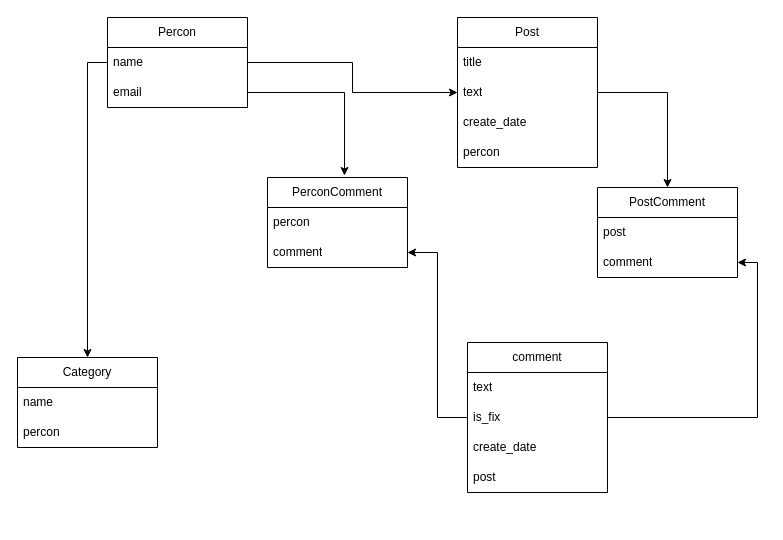
Scykorr/mmorpg_site keeps this draw.io diagram as mmo_rpg_site.drawio. Above is the earlier version. Source tidied: cells renumbered, new cells numbered last; positions are measured from the earlier drawing's top-left corner, leaving out a move shared by most shapes. Both pictures are drawn from the tidied source at 100%, with x=0, y=0 at pixel (17, 17).
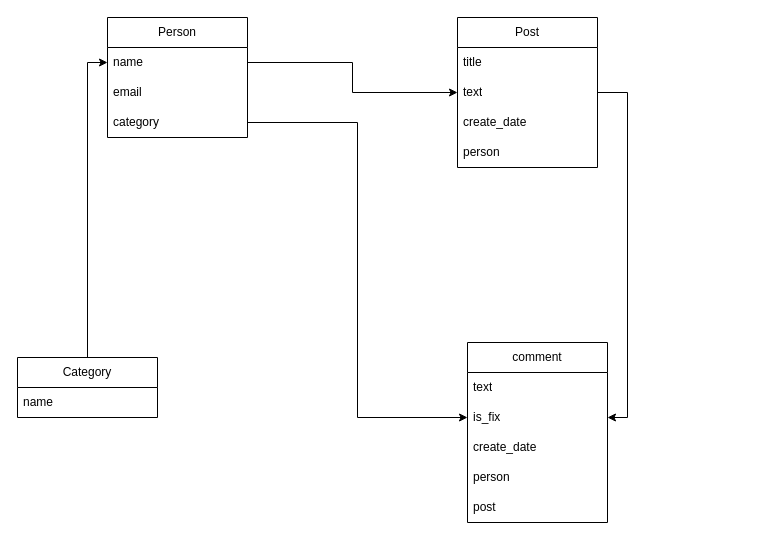
After the change.

The change refers to these unchanged cells:
```xml
<mxCell id="3" value="name" style="text;strokeColor=none;fillColor=none;align=left;verticalAlign=middle;spacingLeft=4;spacingRight=4;overflow=hidden;points=[[0,0.5],[1,0.5]];portConstraint=eastwest;whiteSpace=wrap;html=1;" parent="2" vertex="1">
  <mxGeometry y="30" width="140" height="30" as="geometry" />
</mxCell>
<mxCell id="4" value="email" style="text;strokeColor=none;fillColor=none;align=left;verticalAlign=middle;spacingLeft=4;spacingRight=4;overflow=hidden;points=[[0,0.5],[1,0.5]];portConstraint=eastwest;whiteSpace=wrap;html=1;" parent="2" vertex="1">
  <mxGeometry y="60" width="140" height="30" as="geometry" />
</mxCell>
<mxCell id="5" value="Post" style="swimlane;fontStyle=0;horizontal=1;startSize=30;whiteSpace=wrap;html=1;" parent="1" vertex="1">
  <mxGeometry x="440" width="140" height="150" as="geometry" />
</mxCell>
<mxCell id="7" value="text" style="text;strokeColor=none;fillColor=none;align=left;verticalAlign=middle;spacingLeft=4;spacingRight=4;overflow=hidden;points=[[0,0.5],[1,0.5]];portConstraint=eastwest;whiteSpace=wrap;html=1;" parent="5" vertex="1">
  <mxGeometry y="60" width="140" height="30" as="geometry" />
</mxCell>
<mxCell id="12" value="is_fix" style="text;strokeColor=none;fillColor=none;align=left;verticalAlign=middle;spacingLeft=4;spacingRight=4;overflow=hidden;points=[[0,0.5],[1,0.5]];portConstraint=eastwest;whiteSpace=wrap;html=1;" parent="10" vertex="1">
  <mxGeometry y="60" width="140" height="30" as="geometry" />
</mxCell>
```

Diff of the diagram source:
```diff
@@
-    <mxCell id="2" value="Percon" style="swimlane;fontStyle=0;horizontal=1;startSize=30;whiteSpace=wrap;html=1;" parent="1" vertex="1">
-      <mxGeometry x="90" width="140" height="90" as="geometry" />
+    <mxCell id="2" value="Person" style="swimlane;fontStyle=0;horizontal=1;startSize=30;whiteSpace=wrap;html=1;" parent="1" vertex="1">
+      <mxGeometry x="90" width="140" height="120" as="geometry" />
     </mxCell>
@@
+    <mxCell id="30" value="category" style="text;strokeColor=none;fillColor=none;align=left;verticalAlign=middle;spacingLeft=4;spacingRight=4;overflow=hidden;points=[[0,0.5],[1,0.5]];portConstraint=eastwest;whiteSpace=wrap;html=1;" parent="2" vertex="1">
+      <mxGeometry y="90" width="140" height="30" as="geometry" />
+    </mxCell>
@@
-    <mxCell id="9" value="percon" style="text;strokeColor=none;fillColor=none;align=left;verticalAlign=middle;spacingLeft=4;spacingRight=4;overflow=hidden;whiteSpace=wrap;html=1;" parent="5" vertex="1">
+    <mxCell id="9" value="person" style="text;strokeColor=none;fillColor=none;align=left;verticalAlign=middle;spacingLeft=4;spacingRight=4;overflow=hidden;whiteSpace=wrap;html=1;" parent="5" vertex="1">
       <mxGeometry y="120" width="140" height="30" as="geometry" />
     </mxCell>
     <mxCell id="10" value="comment" style="swimlane;fontStyle=0;horizontal=1;startSize=30;whiteSpace=wrap;html=1;" parent="1" vertex="1">
-      <mxGeometry x="450" y="325" width="140" height="150" as="geometry" />
+      <mxGeometry x="450" y="325" width="140" height="180" as="geometry" />
     </mxCell>
@@
-    <mxCell id="14" value="post" style="text;strokeColor=none;fillColor=none;align=left;verticalAlign=middle;spacingLeft=4;spacingRight=4;overflow=hidden;whiteSpace=wrap;html=1;" parent="10" vertex="1">
-      <mxGeometry y="120" width="140" height="30" as="geometry" />
-    </mxCell>
+    <mxCell id="31" value="person" style="text;strokeColor=none;fillColor=none;align=left;verticalAlign=middle;spacingLeft=4;spacingRight=4;overflow=hidden;whiteSpace=wrap;html=1;" parent="10" vertex="1">
+      <mxGeometry y="120" width="140" height="30" as="geometry" />
+    </mxCell>
+    <mxCell id="32" value="post" style="text;strokeColor=none;fillColor=none;align=left;verticalAlign=middle;spacingLeft=4;spacingRight=4;overflow=hidden;whiteSpace=wrap;html=1;" parent="10" vertex="1">
+      <mxGeometry y="150" width="140" height="30" as="geometry" />
+    </mxCell>
+    <mxCell id="33" style="edgeStyle=orthogonalEdgeStyle;rounded=0;jettySize=auto;html=1;exitX=0.5;exitY=0;exitDx=0;exitDy=0;entryX=0;entryY=0.5;entryDx=0;entryDy=0;" parent="1" edge="1" source="15" target="3">
+      <mxGeometry relative="1" as="geometry" />
+    </mxCell>
     <mxCell id="15" value="Category" style="swimlane;fontStyle=0;horizontal=1;startSize=30;whiteSpace=wrap;html=1;" parent="1" vertex="1">
-      <mxGeometry y="340" width="140" height="90" as="geometry" />
+      <mxGeometry y="340" width="140" height="60" as="geometry" />
     </mxCell>
@@
-    <mxCell id="17" value="percon" style="text;strokeColor=none;fillColor=none;align=left;verticalAlign=middle;spacingLeft=4;spacingRight=4;overflow=hidden;whiteSpace=wrap;html=1;" parent="15" vertex="1">
-      <mxGeometry y="60" width="140" height="30" as="geometry" />
-    </mxCell>
-    <mxCell id="18" style="edgeStyle=orthogonalEdgeStyle;rounded=0;jettySize=auto;html=1;exitX=0;exitY=0.5;exitDx=0;exitDy=0;entryX=0.5;entryY=0;entryDx=0;entryDy=0;" parent="1" edge="1" source="3" target="15">
-      <mxGeometry relative="1" as="geometry" />
-    </mxCell>
@@
-    <mxCell id="20" value="PerconComment" style="swimlane;fontStyle=0;horizontal=1;startSize=30;whiteSpace=wrap;html=1;" parent="1" vertex="1">
-      <mxGeometry x="250" y="160" width="140" height="90" as="geometry" />
-    </mxCell>
-    <mxCell id="21" value="percon" style="text;strokeColor=none;fillColor=none;align=left;verticalAlign=middle;spacingLeft=4;spacingRight=4;overflow=hidden;whiteSpace=wrap;html=1;" parent="20" vertex="1">
-      <mxGeometry y="30" width="140" height="30" as="geometry" />
-    </mxCell>
-    <mxCell id="22" value="comment" style="text;strokeColor=none;fillColor=none;align=left;verticalAlign=middle;spacingLeft=4;spacingRight=4;overflow=hidden;points=[[0,0.5],[1,0.5]];portConstraint=eastwest;whiteSpace=wrap;html=1;" parent="20" vertex="1">
-      <mxGeometry y="60" width="140" height="30" as="geometry" />
-    </mxCell>
-    <mxCell id="23" style="edgeStyle=orthogonalEdgeStyle;rounded=0;jettySize=auto;html=1;exitX=1;exitY=0.5;exitDx=0;exitDy=0;entryX=0.55;entryY=-0.022;entryDx=0;entryDy=0;entryPerimeter=0;" parent="1" edge="1" source="4" target="20">
-      <mxGeometry relative="1" as="geometry" />
-    </mxCell>
-    <mxCell id="24" style="edgeStyle=orthogonalEdgeStyle;rounded=0;jettySize=auto;html=1;exitX=0;exitY=0.5;exitDx=0;exitDy=0;entryX=1;entryY=0.5;entryDx=0;entryDy=0;" parent="1" edge="1" source="12" target="22">
-      <mxGeometry relative="1" as="geometry" />
-    </mxCell>
-    <mxCell id="25" value="PostComment" style="swimlane;fontStyle=0;horizontal=1;startSize=30;whiteSpace=wrap;html=1;" parent="1" vertex="1">
-      <mxGeometry x="580" y="170" width="140" height="90" as="geometry" />
-    </mxCell>
-    <mxCell id="26" value="post" style="text;strokeColor=none;fillColor=none;align=left;verticalAlign=middle;spacingLeft=4;spacingRight=4;overflow=hidden;whiteSpace=wrap;html=1;" parent="25" vertex="1">
-      <mxGeometry y="30" width="140" height="30" as="geometry" />
-    </mxCell>
-    <mxCell id="27" value="comment" style="text;strokeColor=none;fillColor=none;align=left;verticalAlign=middle;spacingLeft=4;spacingRight=4;overflow=hidden;points=[[0,0.5],[1,0.5]];portConstraint=eastwest;whiteSpace=wrap;html=1;" parent="25" vertex="1">
-      <mxGeometry y="60" width="140" height="30" as="geometry" />
-    </mxCell>
-    <mxCell id="28" style="edgeStyle=orthogonalEdgeStyle;rounded=0;jettySize=auto;html=1;exitX=1;exitY=0.5;exitDx=0;exitDy=0;entryX=0.5;entryY=0;entryDx=0;entryDy=0;" parent="1" edge="1" source="7" target="25">
-      <mxGeometry relative="1" as="geometry" />
-    </mxCell>
-    <mxCell id="29" style="edgeStyle=orthogonalEdgeStyle;rounded=0;jettySize=auto;html=1;exitX=1;exitY=0.5;exitDx=0;exitDy=0;entryX=1;entryY=0.5;entryDx=0;entryDy=0;" parent="1" edge="1" source="12" target="27">
-      <mxGeometry relative="1" as="geometry" />
-    </mxCell>
+    <mxCell id="34" style="edgeStyle=orthogonalEdgeStyle;rounded=0;jettySize=auto;html=1;exitX=1;exitY=0.5;exitDx=0;exitDy=0;entryX=0;entryY=0.5;entryDx=0;entryDy=0;" parent="1" edge="1" source="30" target="12">
+      <mxGeometry relative="1" as="geometry" />
+    </mxCell>
+    <mxCell id="35" style="edgeStyle=orthogonalEdgeStyle;rounded=0;jettySize=auto;html=1;exitX=1;exitY=0.5;exitDx=0;exitDy=0;entryX=1;entryY=0.5;entryDx=0;entryDy=0;" parent="1" edge="1" source="7" target="12">
+      <mxGeometry relative="1" as="geometry" />
+    </mxCell>
```
